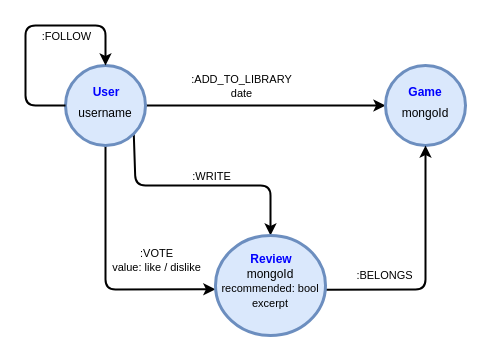
Earlier version of the draw.io diagram Diagrams/GraphDB structure (complete).drawio (lorenzoceccanti/pixelindex). Source tidied: cells renumbered, new cells numbered last; positions are measured from the earlier drawing's top-left corner, leaving out a move shared by most shapes. Both pictures are drawn from the tidied source at 100%, with x=0, y=0 at pixel (25, 25).
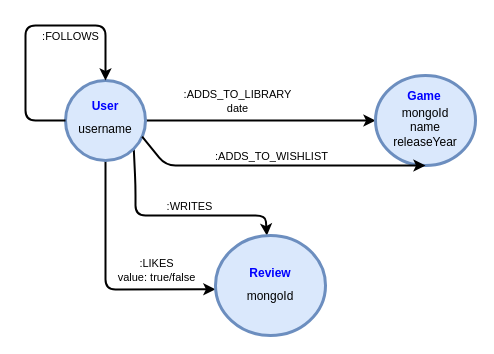
The same diagram, later.

Unchanged cells that the change refers to:
```xml
<mxCell id="2" style="edgeStyle=none;html=1;exitX=1;exitY=0.5;exitDx=0;exitDy=0;strokeWidth=2;" parent="1" edge="1" source="8" target="9">
  <mxGeometry relative="1" as="geometry" />
</mxCell>
<mxCell id="4" style="edgeStyle=none;html=1;exitX=0.5;exitY=1;exitDx=0;exitDy=0;entryX=-0.001;entryY=0.538;entryDx=0;entryDy=0;strokeWidth=2;entryPerimeter=0;" parent="1" edge="1" source="8" target="12">
  <mxGeometry relative="1" as="geometry">
    <Array as="points">
      <mxPoint x="80" y="264" />
    </Array>
  </mxGeometry>
</mxCell>
<mxCell id="12" style="ellipse;whiteSpace=wrap;html=1;fillColor=#dae8fc;strokeColor=#6c8ebf;strokeWidth=3;" parent="1" vertex="1">
  <mxGeometry x="190" y="210" width="110" height="100" as="geometry" />
</mxCell>
```

The edit, as a diff of the source:
```diff
@@
-    <mxCell id="3" value=":ADD_TO_LIBRARY&lt;br&gt;date" style="edgeLabel;html=1;align=center;verticalAlign=middle;" parent="2" vertex="1">
+    <mxCell id="3" value=":ADDS_TO_LIBRARY&lt;br&gt;date" style="edgeLabel;html=1;align=center;verticalAlign=middle;" parent="2" vertex="1">
       <mxGeometry x="-0.08" relative="1" as="geometry">
         <mxPoint x="-15" y="-20" as="offset" />
       </mxGeometry>
     </mxCell>
@@
-    <mxCell id="5" value=":VOTE&lt;br&gt;value: like / dislike" style="edgeLabel;html=1;align=center;verticalAlign=middle;" parent="4" vertex="1">
+    <mxCell id="5" value=":LIKES&lt;br&gt;value: true/false" style="edgeLabel;html=1;align=center;verticalAlign=middle;" parent="4" vertex="1">
       <mxGeometry x="-0.32" y="2" relative="1" as="geometry">
         <mxPoint x="48" y="28" as="offset" />
       </mxGeometry>
     </mxCell>
     <mxCell id="6" style="edgeStyle=none;html=1;exitX=1;exitY=1;exitDx=0;exitDy=0;strokeWidth=2;" parent="1" edge="1" source="8" target="12">
       <mxGeometry relative="1" as="geometry">
         <Array as="points">
           <mxPoint x="110" y="160" />
-          <mxPoint x="245" y="160" />
+          <mxPoint x="110" y="190" />
+          <mxPoint x="240" y="190" />
         </Array>
       </mxGeometry>
     </mxCell>
-    <mxCell id="7" value=":WRITE" style="edgeLabel;html=1;align=center;verticalAlign=middle;" parent="6" vertex="1">
+    <mxCell id="7" value=":WRITES" style="edgeLabel;html=1;align=center;verticalAlign=middle;" parent="6" vertex="1">
       <mxGeometry x="-0.23" y="-2" relative="1" as="geometry">
         <mxPoint x="36" y="-12" as="offset" />
       </mxGeometry>
     </mxCell>
     <mxCell id="8" style="ellipse;whiteSpace=wrap;html=1;fillColor=#dae8fc;strokeColor=#6c8ebf;strokeWidth=3;" parent="1" vertex="1">
-      <mxGeometry x="40" y="40" width="80" height="80" as="geometry" />
+      <mxGeometry x="40" y="55" width="80" height="80" as="geometry" />
     </mxCell>
     <mxCell id="9" style="ellipse;whiteSpace=wrap;html=1;fillColor=#dae8fc;strokeColor=#6c8ebf;strokeWidth=3;" parent="1" vertex="1">
-      <mxGeometry x="360" y="40" width="80" height="80" as="geometry" />
+      <mxGeometry x="350" y="50" width="100" height="90" as="geometry" />
     </mxCell>
-    <mxCell id="10" style="edgeStyle=none;html=1;entryX=0.5;entryY=1;entryDx=0;entryDy=0;strokeWidth=2;exitX=0.991;exitY=0.543;exitDx=0;exitDy=0;exitPerimeter=0;" parent="1" edge="1" source="12" target="9">
-      <mxGeometry relative="1" as="geometry">
-        <Array as="points">
-          <mxPoint x="400" y="264" />
-        </Array>
-      </mxGeometry>
-    </mxCell>
-    <mxCell id="11" value=":BELONGS" style="edgeLabel;html=1;align=center;verticalAlign=middle;" parent="10" vertex="1">
-      <mxGeometry x="-0.14" y="-1" relative="1" as="geometry">
-        <mxPoint x="-43" y="-10" as="offset" />
-      </mxGeometry>
-    </mxCell>
@@
     <mxCell id="13" style="edgeStyle=none;html=1;exitX=0;exitY=0.5;exitDx=0;exitDy=0;entryX=0.5;entryY=0;entryDx=0;entryDy=0;strokeWidth=2;" parent="1" edge="1" source="8" target="8">
       <mxGeometry relative="1" as="geometry">
         <Array as="points">
-          <mxPoint y="80" />
+          <mxPoint y="95" />
           <mxPoint />
           <mxPoint x="80" />
         </Array>
       </mxGeometry>
     </mxCell>
-    <mxCell id="14" value=":FOLLOW" style="edgeLabel;html=1;align=center;verticalAlign=middle;" parent="13" vertex="1">
+    <mxCell id="14" value=":FOLLOWS" style="edgeLabel;html=1;align=center;verticalAlign=middle;" parent="13" vertex="1">
       <mxGeometry x="0.22" relative="1" as="geometry">
         <mxPoint x="14" y="10" as="offset" />
       </mxGeometry>
     </mxCell>
     <mxCell id="15" value="username" style="text;html=1;strokeColor=none;fillColor=none;align=center;verticalAlign=middle;whiteSpace=wrap;rounded=0;" parent="1" vertex="1">
-      <mxGeometry x="50" y="73" width="60" height="30" as="geometry" />
+      <mxGeometry x="50" y="89" width="60" height="30" as="geometry" />
     </mxCell>
     <mxCell id="16" value="&lt;b&gt;&lt;font color=&quot;#0000ff&quot;&gt;User&lt;/font&gt;&lt;/b&gt;" style="text;html=1;strokeColor=none;fillColor=none;align=center;verticalAlign=middle;whiteSpace=wrap;rounded=0;" parent="1" vertex="1">
-      <mxGeometry x="51" y="52" width="60" height="30" as="geometry" />
+      <mxGeometry x="50" y="66" width="60" height="30" as="geometry" />
     </mxCell>
     <mxCell id="17" value="&lt;b&gt;&lt;font color=&quot;#0000ff&quot;&gt;Review&lt;/font&gt;&lt;/b&gt;" style="text;html=1;strokeColor=none;fillColor=none;align=center;verticalAlign=middle;whiteSpace=wrap;rounded=0;" parent="1" vertex="1">
-      <mxGeometry x="216" y="219" width="60" height="30" as="geometry" />
+      <mxGeometry x="215" y="233" width="60" height="30" as="geometry" />
     </mxCell>
-    <mxCell id="18" value="&lt;font style=&quot;&quot;&gt;mongoId&lt;br&gt;&lt;span style=&quot;font-size: 11px;&quot;&gt;recommended: bool&lt;/span&gt;&lt;br&gt;&lt;span style=&quot;font-size: 11px;&quot;&gt;excerpt&lt;/span&gt;&lt;br&gt;&lt;/font&gt;" style="text;html=1;strokeColor=none;fillColor=none;align=center;verticalAlign=middle;whiteSpace=wrap;rounded=0;" parent="1" vertex="1">
-      <mxGeometry x="185" y="243" width="120" height="40" as="geometry" />
+    <mxCell id="18" value="&lt;font style=&quot;&quot;&gt;mongoId&lt;br&gt;&lt;/font&gt;" style="text;html=1;strokeColor=none;fillColor=none;align=center;verticalAlign=middle;whiteSpace=wrap;rounded=0;" parent="1" vertex="1">
+      <mxGeometry x="185" y="251" width="120" height="40" as="geometry" />
     </mxCell>
-    <mxCell id="19" value="mongoId" style="text;html=1;strokeColor=none;fillColor=none;align=center;verticalAlign=middle;whiteSpace=wrap;rounded=0;" parent="1" vertex="1">
-      <mxGeometry x="370" y="73" width="60" height="30" as="geometry" />
+    <mxCell id="19" value="mongoId&lt;br&gt;name&lt;br&gt;releaseYear" style="text;html=1;strokeColor=none;fillColor=none;align=center;verticalAlign=middle;whiteSpace=wrap;rounded=0;" parent="1" vertex="1">
+      <mxGeometry x="370" y="87" width="60" height="30" as="geometry" />
     </mxCell>
     <mxCell id="20" value="&lt;b&gt;&lt;font color=&quot;#0000ff&quot;&gt;Game&lt;/font&gt;&lt;/b&gt;" style="text;html=1;strokeColor=none;fillColor=none;align=center;verticalAlign=middle;whiteSpace=wrap;rounded=0;" parent="1" vertex="1">
-      <mxGeometry x="370" y="52" width="60" height="30" as="geometry" />
+      <mxGeometry x="369" y="56" width="60" height="30" as="geometry" />
     </mxCell>
+    <mxCell id="21" style="edgeStyle=none;html=1;exitX=0.958;exitY=0.702;exitDx=0;exitDy=0;strokeWidth=2;fontStyle=1;exitPerimeter=0;entryX=0.5;entryY=1;entryDx=0;entryDy=0;" parent="1" edge="1" source="8" target="9">
+      <mxGeometry relative="1" as="geometry">
+        <Array as="points">
+          <mxPoint x="140" y="140" />
+        </Array>
+      </mxGeometry>
+    </mxCell>
+    <mxCell id="22" value=":ADDS_TO_WISHLIST" style="edgeLabel;html=1;align=center;verticalAlign=middle;" parent="21" vertex="1">
+      <mxGeometry x="-0.08" relative="1" as="geometry">
+        <mxPoint x="6" y="-10" as="offset" />
+      </mxGeometry>
+    </mxCell>
```
